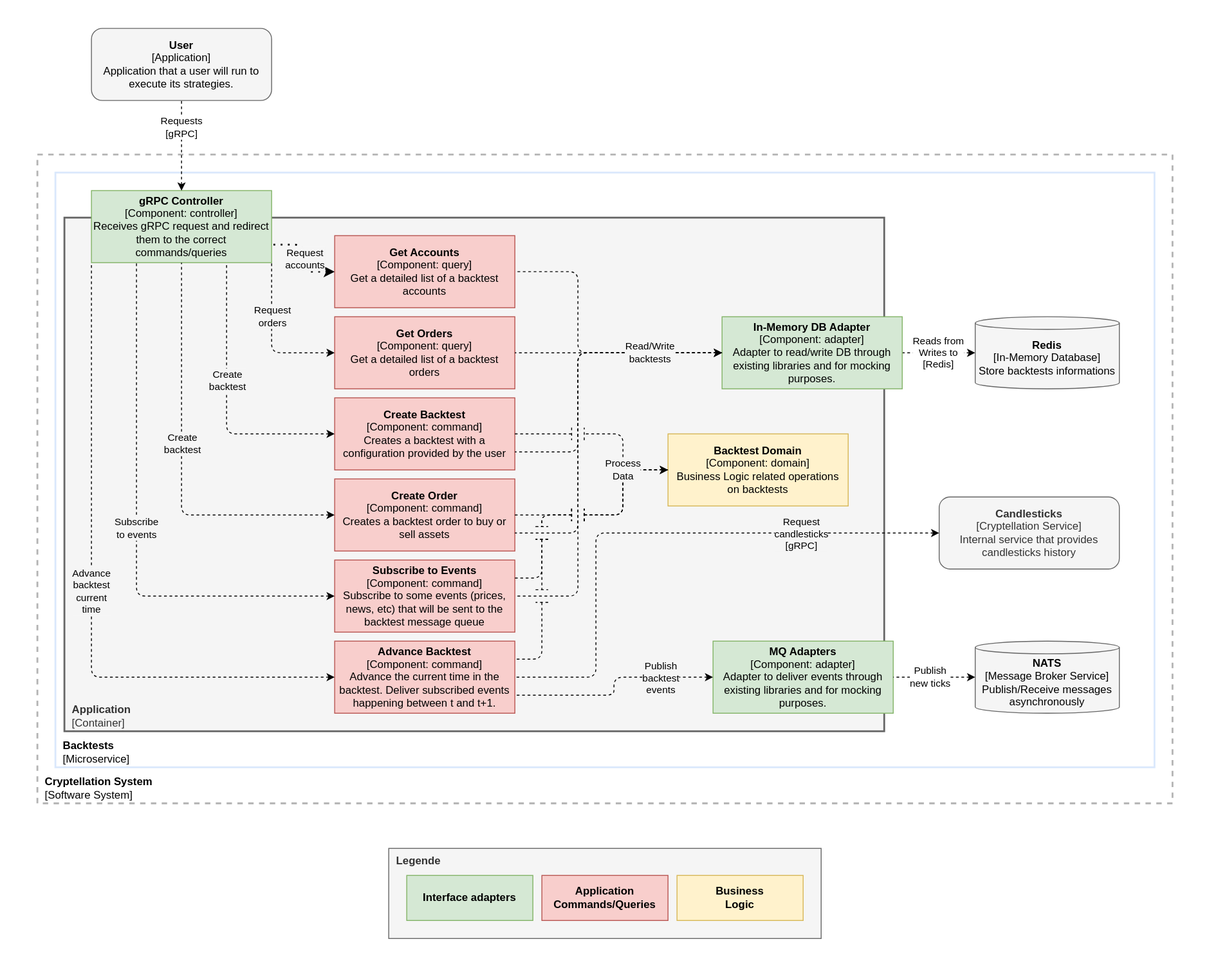
This is website/docs/services/backtests/internal/component-diagram.svg from lerenn/cryptellation, a draw.io export, as it was before one commit. Source tidied: cells renumbered, new cells last; positions are measured from the earlier drawing's top-left corner, leaving out a move shared by most shapes.
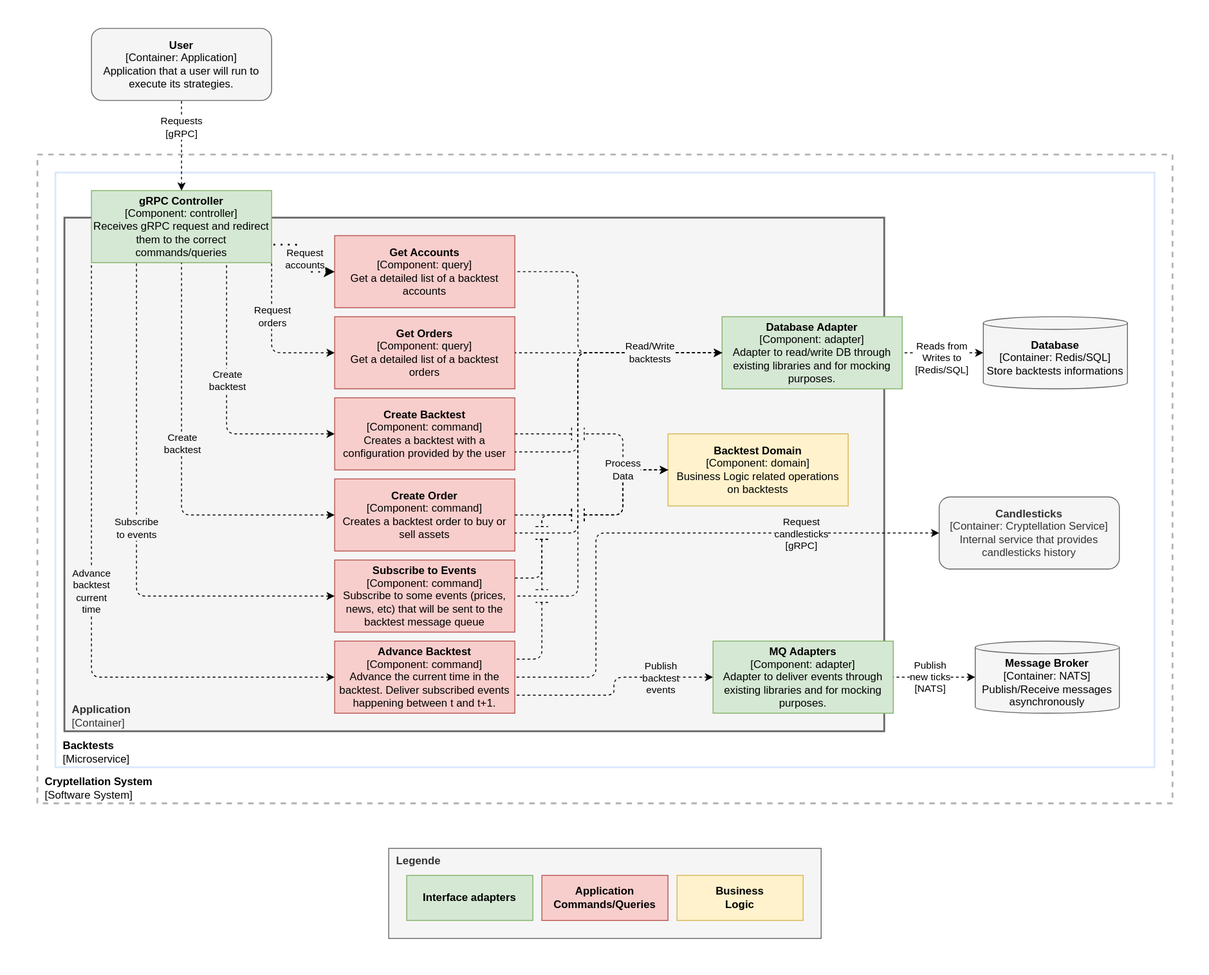
Later version of the same file.

Change to the diagram source:
```diff
@@ -17,22 +17,22 @@
     <mxCell id="6" value="&lt;b&gt;gRPC Controller&lt;/b&gt;&lt;br&gt;[Component: controller]&lt;br&gt;Receives gRPC request and redirect them to the correct commands/queries" style="rounded=0;whiteSpace=wrap;html=1;fillColor=#d5e8d4;strokeColor=#82b366;" parent="1" vertex="1">
       <mxGeometry x="100" y="210" width="200" height="80" as="geometry" />
     </mxCell>
-    <mxCell id="7" value="&lt;b style=&quot;color: rgb(0 , 0 , 0)&quot;&gt;Redis&lt;/b&gt;&lt;br style=&quot;color: rgb(0 , 0 , 0)&quot;&gt;&lt;span style=&quot;color: rgb(0 , 0 , 0)&quot;&gt;[In-Memory Database]&lt;/span&gt;&lt;br style=&quot;color: rgb(0 , 0 , 0)&quot;&gt;&lt;span style=&quot;color: rgb(0 , 0 , 0)&quot;&gt;Store backtests informations&lt;/span&gt;" style="shape=cylinder3;whiteSpace=wrap;html=1;boundedLbl=1;backgroundOutline=1;size=7;fillColor=#f5f5f5;strokeColor=#666666;fontColor=#333333;" parent="1" vertex="1">
-      <mxGeometry x="1081" y="350" width="160" height="80" as="geometry" />
+    <mxCell id="7" value="&lt;b style=&quot;color: rgb(0 , 0 , 0)&quot;&gt;Database&lt;/b&gt;&lt;br style=&quot;color: rgb(0 , 0 , 0)&quot;&gt;&lt;span style=&quot;color: rgb(0 , 0 , 0)&quot;&gt;[Container: Redis/SQL]&lt;/span&gt;&lt;br style=&quot;color: rgb(0 , 0 , 0)&quot;&gt;&lt;span style=&quot;color: rgb(0 , 0 , 0)&quot;&gt;Store backtests informations&lt;/span&gt;" style="shape=cylinder3;whiteSpace=wrap;html=1;boundedLbl=1;backgroundOutline=1;size=7;fillColor=#f5f5f5;strokeColor=#666666;fontColor=#333333;" parent="1" vertex="1">
+      <mxGeometry x="1090" y="350" width="160" height="80" as="geometry" />
     </mxCell>
-    <mxCell id="8" value="&lt;b&gt;Candlesticks&lt;/b&gt;&lt;br style=&quot;color: rgb(51 , 51 , 51)&quot;&gt;&lt;span style=&quot;color: rgb(51 , 51 , 51)&quot;&gt;[Cryptellation Service]&lt;/span&gt;&lt;br style=&quot;color: rgb(51 , 51 , 51)&quot;&gt;Internal service that provides candlesticks history" style="rounded=1;whiteSpace=wrap;html=1;fillColor=#f5f5f5;fontColor=#333333;strokeColor=#666666;" parent="1" vertex="1">
+    <mxCell id="8" value="&lt;b&gt;Candlesticks&lt;/b&gt;&lt;br style=&quot;color: rgb(51 , 51 , 51)&quot;&gt;&lt;span style=&quot;color: rgb(51 , 51 , 51)&quot;&gt;[Container: Cryptellation Service]&lt;/span&gt;&lt;br style=&quot;color: rgb(51 , 51 , 51)&quot;&gt;Internal service that provides candlesticks history" style="rounded=1;whiteSpace=wrap;html=1;fillColor=#f5f5f5;fontColor=#333333;strokeColor=#666666;" parent="1" vertex="1">
       <mxGeometry x="1041" y="550" width="200" height="80" as="geometry" />
     </mxCell>
-    <mxCell id="9" value="&lt;font face=&quot;helvetica&quot;&gt;Reads from&lt;br&gt;Writes to&lt;br&gt;[Redis]&lt;br&gt;&lt;/font&gt;" style="endArrow=none;dashed=1;html=1;exitX=0;exitY=0.5;exitDx=0;exitDy=0;entryX=1;entryY=0.5;entryDx=0;entryDy=0;edgeStyle=orthogonalEdgeStyle;startArrow=classic;startFill=1;exitPerimeter=0;" parent="1" edge="1" source="7" target="12">
-      <mxGeometry relative="1" as="geometry" />
+    <mxCell id="9" value="&lt;font face=&quot;helvetica&quot;&gt;Reads from&lt;br&gt;Writes to&lt;br&gt;[Redis/SQL]&lt;br&gt;&lt;/font&gt;" style="endArrow=none;dashed=1;html=1;exitX=0;exitY=0.5;exitDx=0;exitDy=0;entryX=1;entryY=0.5;entryDx=0;entryDy=0;edgeStyle=orthogonalEdgeStyle;startArrow=classic;startFill=1;exitPerimeter=0;verticalAlign=top;" parent="1" edge="1" source="7" target="12">
+      <mxGeometry x="0.01" y="-20" relative="1" as="geometry" />
     </mxCell>
-    <mxCell id="10" value="&lt;b style=&quot;color: rgb(0 , 0 , 0) ; font-family: &amp;#34;helvetica&amp;#34; ; font-size: 12px ; font-style: normal ; letter-spacing: normal ; text-align: center ; text-indent: 0px ; text-transform: none ; word-spacing: 0px&quot;&gt;User&lt;/b&gt;&lt;br style=&quot;color: rgb(0 , 0 , 0) ; font-family: &amp;#34;helvetica&amp;#34; ; font-size: 12px ; font-style: normal ; font-weight: 400 ; letter-spacing: normal ; text-align: center ; text-indent: 0px ; text-transform: none ; word-spacing: 0px&quot;&gt;&lt;span style=&quot;color: rgb(0 , 0 , 0) ; font-family: &amp;#34;helvetica&amp;#34; ; font-size: 12px ; font-style: normal ; font-weight: 400 ; letter-spacing: normal ; text-align: center ; text-indent: 0px ; text-transform: none ; word-spacing: 0px ; display: inline ; float: none&quot;&gt;[Application]&lt;/span&gt;&lt;br style=&quot;color: rgb(0 , 0 , 0) ; font-family: &amp;#34;helvetica&amp;#34; ; font-size: 12px ; font-style: normal ; font-weight: 400 ; letter-spacing: normal ; text-align: center ; text-indent: 0px ; text-transform: none ; word-spacing: 0px&quot;&gt;&lt;span style=&quot;color: rgb(0 , 0 , 0) ; font-family: &amp;#34;helvetica&amp;#34; ; font-size: 12px ; font-style: normal ; font-weight: 400 ; letter-spacing: normal ; text-align: center ; text-indent: 0px ; text-transform: none ; word-spacing: 0px ; display: inline ; float: none&quot;&gt;Application that a user will run to execute its strategies.&lt;/span&gt;" style="rounded=1;whiteSpace=wrap;html=1;strokeColor=#666666;strokeWidth=1;fillColor=#f5f5f5;fontColor=#333333;" parent="1" vertex="1">
+    <mxCell id="10" value="&lt;b style=&quot;color: rgb(0 , 0 , 0) ; font-family: &amp;#34;helvetica&amp;#34; ; font-size: 12px ; font-style: normal ; letter-spacing: normal ; text-align: center ; text-indent: 0px ; text-transform: none ; word-spacing: 0px&quot;&gt;User&lt;/b&gt;&lt;br style=&quot;color: rgb(0 , 0 , 0) ; font-family: &amp;#34;helvetica&amp;#34; ; font-size: 12px ; font-style: normal ; font-weight: 400 ; letter-spacing: normal ; text-align: center ; text-indent: 0px ; text-transform: none ; word-spacing: 0px&quot;&gt;&lt;span style=&quot;color: rgb(0 , 0 , 0) ; font-family: &amp;#34;helvetica&amp;#34; ; font-size: 12px ; font-style: normal ; font-weight: 400 ; letter-spacing: normal ; text-align: center ; text-indent: 0px ; text-transform: none ; word-spacing: 0px ; display: inline ; float: none&quot;&gt;[Container: Application]&lt;/span&gt;&lt;br style=&quot;color: rgb(0 , 0 , 0) ; font-family: &amp;#34;helvetica&amp;#34; ; font-size: 12px ; font-style: normal ; font-weight: 400 ; letter-spacing: normal ; text-align: center ; text-indent: 0px ; text-transform: none ; word-spacing: 0px&quot;&gt;&lt;span style=&quot;color: rgb(0 , 0 , 0) ; font-family: &amp;#34;helvetica&amp;#34; ; font-size: 12px ; font-style: normal ; font-weight: 400 ; letter-spacing: normal ; text-align: center ; text-indent: 0px ; text-transform: none ; word-spacing: 0px ; display: inline ; float: none&quot;&gt;Application that a user will run to execute its strategies.&lt;/span&gt;" style="rounded=1;whiteSpace=wrap;html=1;strokeColor=#666666;strokeWidth=1;fillColor=#f5f5f5;fontColor=#333333;" parent="1" vertex="1">
       <mxGeometry x="100" y="30" width="200" height="80" as="geometry" />
     </mxCell>
     <mxCell id="11" value="&lt;span style=&quot;font-family: &amp;#34;helvetica&amp;#34;&quot;&gt;Requests&lt;/span&gt;&lt;br style=&quot;font-family: &amp;#34;helvetica&amp;#34;&quot;&gt;&lt;span style=&quot;font-family: &amp;#34;helvetica&amp;#34;&quot;&gt;[gRPC]&lt;/span&gt;&lt;font face=&quot;helvetica&quot;&gt;&lt;br&gt;&lt;/font&gt;" style="endArrow=none;dashed=1;html=1;entryX=0.5;entryY=1;entryDx=0;entryDy=0;edgeStyle=orthogonalEdgeStyle;startArrow=classic;startFill=1;exitX=0.5;exitY=0;exitDx=0;exitDy=0;" parent="1" edge="1" source="6" target="10">
       <mxGeometry x="0.4" relative="1" as="geometry" />
     </mxCell>
-    <mxCell id="12" value="&lt;b&gt;In-Memory DB Adapter&lt;/b&gt;&lt;br&gt;[Component: adapter]&lt;br&gt;Adapter to read/write DB through existing libraries and for mocking purposes." style="rounded=0;whiteSpace=wrap;html=1;fillColor=#d5e8d4;strokeColor=#82b366;" parent="1" vertex="1">
+    <mxCell id="12" value="&lt;b&gt;Database Adapter&lt;/b&gt;&lt;br&gt;[Component: adapter]&lt;br&gt;Adapter to read/write DB through existing libraries and for mocking purposes." style="rounded=0;whiteSpace=wrap;html=1;fillColor=#d5e8d4;strokeColor=#82b366;" parent="1" vertex="1">
       <mxGeometry x="800" y="350" width="200" height="80" as="geometry" />
     </mxCell>
     <mxCell id="13" value="&lt;b&gt;Create Backtest&lt;/b&gt;&lt;br&gt;[Component: command]&lt;br&gt;Creates a backtest with a configuration provided by the user" style="rounded=0;whiteSpace=wrap;html=1;fillColor=#f8cecc;strokeColor=#b85450;" parent="1" vertex="1">
@@ -53,10 +53,10 @@
     <mxCell id="18" value="&lt;b&gt;MQ Adapters&lt;/b&gt;&lt;br&gt;[Component: adapter]&lt;br&gt;Adapter to deliver events through existing libraries and for mocking purposes." style="rounded=0;whiteSpace=wrap;html=1;fillColor=#d5e8d4;strokeColor=#82b366;" parent="1" vertex="1">
       <mxGeometry x="790" y="710" width="200" height="80" as="geometry" />
     </mxCell>
-    <mxCell id="19" value="&lt;b style=&quot;color: rgb(0 , 0 , 0)&quot;&gt;NATS&lt;/b&gt;&lt;br style=&quot;color: rgb(0 , 0 , 0)&quot;&gt;&lt;span style=&quot;color: rgb(0 , 0 , 0)&quot;&gt;[Message Broker Service]&lt;/span&gt;&lt;br style=&quot;color: rgb(0 , 0 , 0)&quot;&gt;&lt;span style=&quot;color: rgb(0 , 0 , 0)&quot;&gt;Publish/Receive messages asynchronously&lt;/span&gt;" style="shape=cylinder3;whiteSpace=wrap;html=1;boundedLbl=1;backgroundOutline=1;size=7;fillColor=#f5f5f5;strokeColor=#666666;fontColor=#333333;" parent="1" vertex="1">
+    <mxCell id="19" value="&lt;b style=&quot;color: rgb(0 , 0 , 0)&quot;&gt;Message Broker&lt;/b&gt;&lt;br style=&quot;color: rgb(0 , 0 , 0)&quot;&gt;&lt;span style=&quot;color: rgb(0 , 0 , 0)&quot;&gt;[Container: NATS]&lt;/span&gt;&lt;br style=&quot;color: rgb(0 , 0 , 0)&quot;&gt;&lt;span style=&quot;color: rgb(0 , 0 , 0)&quot;&gt;Publish/Receive messages asynchronously&lt;/span&gt;" style="shape=cylinder3;whiteSpace=wrap;html=1;boundedLbl=1;backgroundOutline=1;size=7;fillColor=#f5f5f5;strokeColor=#666666;fontColor=#333333;" parent="1" vertex="1">
       <mxGeometry x="1081" y="710" width="160" height="80" as="geometry" />
     </mxCell>
-    <mxCell id="20" value="&lt;font face=&quot;helvetica&quot;&gt;Publish&lt;br&gt;new ticks&lt;br&gt;&lt;/font&gt;" style="endArrow=none;dashed=1;html=1;entryX=1;entryY=0.5;entryDx=0;entryDy=0;edgeStyle=orthogonalEdgeStyle;startArrow=classic;startFill=1;labelBackgroundColor=#FFFFFF;" parent="1" edge="1" source="19" target="18">
+    <mxCell id="20" value="&lt;font face=&quot;helvetica&quot;&gt;Publish&lt;br&gt;new ticks&lt;br&gt;[NATS]&lt;br&gt;&lt;/font&gt;" style="endArrow=none;dashed=1;html=1;entryX=1;entryY=0.5;entryDx=0;entryDy=0;edgeStyle=orthogonalEdgeStyle;startArrow=classic;startFill=1;labelBackgroundColor=#FFFFFF;" parent="1" edge="1" source="19" target="18">
       <mxGeometry x="0.09" relative="1" as="geometry" />
     </mxCell>
     <mxCell id="21" value="&lt;b&gt;Advance Backtest&lt;/b&gt;&lt;br&gt;[Component: command]&lt;br&gt;Advance the current time in the backtest. Deliver subscribed events happening between t and t+1." style="rounded=0;whiteSpace=wrap;html=1;fillColor=#f8cecc;strokeColor=#b85450;" parent="1" vertex="1">
```
